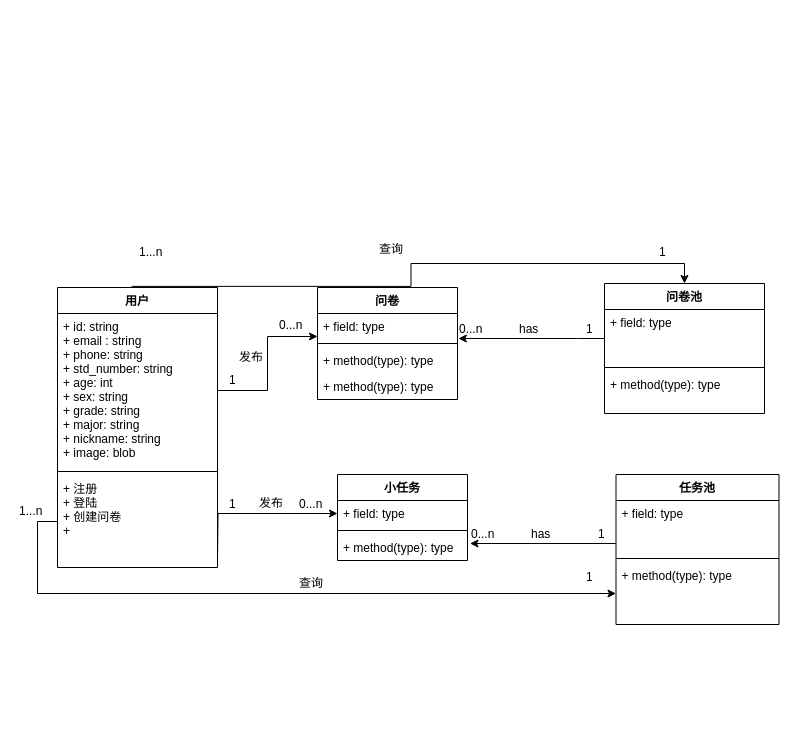
Walikrence/swsad-project keeps this draw.io diagram as managerwork/ Domian Model.drawio. Above is the earlier version. Source tidied: cells renumbered, new cells numbered last; positions are measured from the earlier drawing's top-left corner, leaving out a move shared by most shapes. Both pictures are drawn from the tidied source at 100%, with x=0, y=0 at pixel (17, 239).
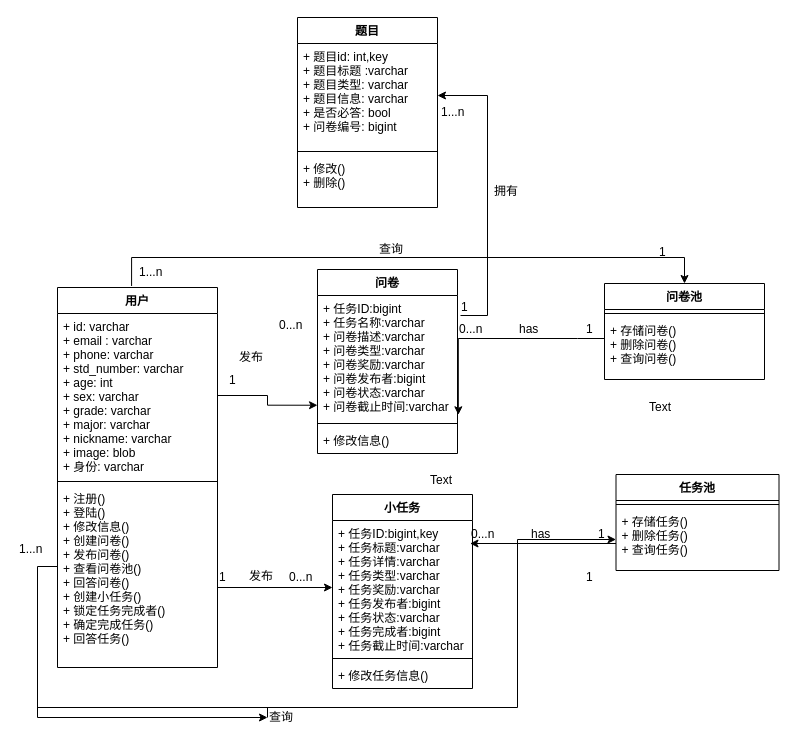
The same page after the edit.

The change refers to these unchanged cells:
```xml
<mxCell id="32" value="0...n" style="text;html=1;points=[];align=left;verticalAlign=top;spacingTop=-4;" parent="1" vertex="1">
  <mxGeometry x="440" y="80" width="40" height="20" as="geometry" />
</mxCell>
```

What changed in the source:
```diff
@@
     <mxCell id="2" value="用户" style="swimlane;fontStyle=1;align=center;verticalAlign=top;horizontal=1;startSize=26;" parent="1" vertex="1">
-      <mxGeometry x="40" y="48" width="160" height="280" as="geometry" />
+      <mxGeometry x="40" y="48" width="160" height="380" as="geometry" />
     </mxCell>
-    <mxCell id="3" value="+ id: string&#10;+ email : string&#10;+ phone: string&#10;+ std_number: string&#10;+ age: int&#10;+ sex: string&#10;+ grade: string&#10;+ major: string&#10;+ nickname: string&#10;+ image: blob&#10;" style="text;strokeColor=none;fillColor=none;align=left;verticalAlign=top;spacingLeft=4;spacingRight=4;overflow=hidden;points=[[0,0.5],[1,0.5]];portConstraint=eastwest;" parent="2" vertex="1">
-      <mxGeometry y="26" width="160" height="154" as="geometry" />
+    <mxCell id="3" value="+ id: varchar&#10;+ email : varchar&#10;+ phone: varchar&#10;+ std_number: varchar&#10;+ age: int&#10;+ sex: varchar&#10;+ grade: varchar&#10;+ major: varchar&#10;+ nickname: varchar&#10;+ image: blob&#10;+ 身份: varchar" style="text;strokeColor=none;fillColor=none;align=left;verticalAlign=top;spacingLeft=4;spacingRight=4;overflow=hidden;points=[[0,0.5],[1,0.5]];portConstraint=eastwest;" parent="2" vertex="1">
+      <mxGeometry y="26" width="160" height="164" as="geometry" />
     </mxCell>
     <mxCell id="4" style="line;strokeWidth=1;fillColor=none;align=left;verticalAlign=middle;spacingTop=-1;spacingLeft=3;spacingRight=3;labelPosition=right;" parent="2" vertex="1">
-      <mxGeometry y="180" width="160" height="8" as="geometry" />
+      <mxGeometry y="190" width="160" height="8" as="geometry" />
     </mxCell>
-    <mxCell id="5" value="+ 注册&#10;+ 登陆&#10;+ 创建问卷&#10;+ " style="text;strokeColor=none;fillColor=none;align=left;verticalAlign=top;spacingLeft=4;spacingRight=4;overflow=hidden;points=[[0,0.5],[1,0.5]];portConstraint=eastwest;" parent="2" vertex="1">
-      <mxGeometry y="188" width="160" height="92" as="geometry" />
+    <mxCell id="5" value="+ 注册()&#10;+ 登陆()&#10;+ 修改信息()&#10;+ 创建问卷()&#10;+ 发布问卷()&#10;+ 查看问卷池()&#10;+ 回答问卷()&#10;+ 创建小任务()&#10;+ 锁定任务完成者()&#10;+ 确定完成任务()&#10;+ 回答任务()" style="text;strokeColor=none;fillColor=none;align=left;verticalAlign=top;spacingLeft=4;spacingRight=4;overflow=hidden;points=[[0,0.5],[1,0.5]];portConstraint=eastwest;" parent="2" vertex="1">
+      <mxGeometry y="198" width="160" height="182" as="geometry" />
     </mxCell>
     <mxCell id="6" value="问卷" style="swimlane;fontStyle=1;align=center;verticalAlign=top;horizontal=1;startSize=26;" parent="1" vertex="1">
-      <mxGeometry x="300" y="48" width="140" height="112" as="geometry" />
+      <mxGeometry x="300" y="30" width="140" height="184" as="geometry" />
     </mxCell>
-    <mxCell id="7" value="+ field: type" style="text;strokeColor=none;fillColor=none;align=left;verticalAlign=top;spacingLeft=4;spacingRight=4;overflow=hidden;points=[[0,0.5],[1,0.5]];portConstraint=eastwest;" parent="6" vertex="1">
-      <mxGeometry y="26" width="140" height="26" as="geometry" />
+    <mxCell id="7" value="+ 任务ID:bigint&#10;+ 任务名称:varchar&#10;+ 问卷描述:varchar&#10;+ 问卷类型:varchar&#10;+ 问卷奖励:varchar&#10;+ 问卷发布者:bigint&#10;+ 问卷状态:varchar&#10;+ 问卷截止时间:varchar" style="text;strokeColor=none;fillColor=none;align=left;verticalAlign=top;spacingLeft=4;spacingRight=4;overflow=hidden;points=[[0,0.5],[1,0.5]];portConstraint=eastwest;" parent="6" vertex="1">
+      <mxGeometry y="26" width="140" height="124" as="geometry" />
     </mxCell>
     <mxCell id="8" style="line;strokeWidth=1;fillColor=none;align=left;verticalAlign=middle;spacingTop=-1;spacingLeft=3;spacingRight=3;labelPosition=right;" parent="6" vertex="1">
-      <mxGeometry y="52" width="140" height="8" as="geometry" />
+      <mxGeometry y="150" width="140" height="8" as="geometry" />
     </mxCell>
-    <mxCell id="9" value="+ method(type): type" style="text;strokeColor=none;fillColor=none;align=left;verticalAlign=top;spacingLeft=4;spacingRight=4;overflow=hidden;" parent="6" vertex="1">
-      <mxGeometry y="60" width="140" height="26" as="geometry" />
+    <mxCell id="9" value="+ 修改信息()" style="text;strokeColor=none;fillColor=none;align=left;verticalAlign=top;spacingLeft=4;spacingRight=4;overflow=hidden;" parent="6" vertex="1">
+      <mxGeometry y="158" width="140" height="26" as="geometry" />
     </mxCell>
-    <mxCell id="10" value="+ method(type): type" style="text;strokeColor=none;fillColor=none;align=left;verticalAlign=top;spacingLeft=4;spacingRight=4;overflow=hidden;" parent="6" vertex="1">
-      <mxGeometry y="86" width="140" height="26" as="geometry" />
-    </mxCell>
     <mxCell id="11" value="小任务" style="swimlane;fontStyle=1;align=center;verticalAlign=top;horizontal=1;startSize=26;" parent="1" vertex="1">
-      <mxGeometry x="320" y="235" width="130" height="86" as="geometry" />
+      <mxGeometry x="315" y="255" width="140" height="194" as="geometry" />
     </mxCell>
-    <mxCell id="12" value="+ field: type" style="text;strokeColor=none;fillColor=none;align=left;verticalAlign=top;spacingLeft=4;spacingRight=4;overflow=hidden;points=[[0,0.5],[1,0.5]];portConstraint=eastwest;" parent="11" vertex="1">
-      <mxGeometry y="26" width="130" height="26" as="geometry" />
+    <mxCell id="12" value="+ 任务ID:bigint,key&#10;+ 任务标题:varchar&#10;+ 任务详情:varchar&#10;+ 任务类型:varchar&#10;+ 任务奖励:varchar&#10;+ 任务发布者:bigint&#10;+ 任务状态:varchar&#10;+ 任务完成者:bigint&#10;+ 任务截止时间:varchar" style="text;strokeColor=none;fillColor=none;align=left;verticalAlign=top;spacingLeft=4;spacingRight=4;overflow=hidden;points=[[0,0.5],[1,0.5]];portConstraint=eastwest;" parent="11" vertex="1">
+      <mxGeometry y="26" width="140" height="134" as="geometry" />
     </mxCell>
     <mxCell id="13" style="line;strokeWidth=1;fillColor=none;align=left;verticalAlign=middle;spacingTop=-1;spacingLeft=3;spacingRight=3;labelPosition=right;" parent="11" vertex="1">
-      <mxGeometry y="52" width="130" height="8" as="geometry" />
+      <mxGeometry y="160" width="140" height="8" as="geometry" />
     </mxCell>
-    <mxCell id="14" value="+ method(type): type" style="text;strokeColor=none;fillColor=none;align=left;verticalAlign=top;spacingLeft=4;spacingRight=4;overflow=hidden;" parent="11" vertex="1">
-      <mxGeometry y="60" width="130" height="26" as="geometry" />
+    <mxCell id="14" value="+ 修改任务信息()" style="text;strokeColor=none;fillColor=none;align=left;verticalAlign=top;spacingLeft=4;spacingRight=4;overflow=hidden;" parent="11" vertex="1">
+      <mxGeometry y="168" width="140" height="26" as="geometry" />
     </mxCell>
     <mxCell id="15" value="问卷池" style="swimlane;fontStyle=1;align=center;verticalAlign=top;horizontal=1;startSize=26;" parent="1" vertex="1">
-      <mxGeometry x="587" y="44" width="160" height="130" as="geometry" />
+      <mxGeometry x="587" y="44" width="160" height="96" as="geometry" />
     </mxCell>
-    <mxCell id="16" value="+ field: type" style="text;strokeColor=none;fillColor=none;align=left;verticalAlign=top;spacingLeft=4;spacingRight=4;overflow=hidden;" parent="15" vertex="1">
-      <mxGeometry y="26" width="160" height="54" as="geometry" />
-    </mxCell>
     <mxCell id="17" style="line;strokeWidth=1;fillColor=none;align=left;verticalAlign=middle;spacingTop=-1;spacingLeft=3;spacingRight=3;labelPosition=right;" parent="15" vertex="1">
-      <mxGeometry y="80" width="160" height="8" as="geometry" />
+      <mxGeometry y="26" width="160" height="8" as="geometry" />
     </mxCell>
-    <mxCell id="18" value="+ method(type): type" style="text;strokeColor=none;fillColor=none;align=left;verticalAlign=top;spacingLeft=4;spacingRight=4;overflow=hidden;" parent="15" vertex="1">
-      <mxGeometry y="88" width="160" height="42" as="geometry" />
+    <mxCell id="18" value="+ 存储问卷()&#10;+ 删除问卷()&#10;+ 查询问卷()&#10;&#10;&#10;" style="text;strokeColor=none;fillColor=none;align=left;verticalAlign=top;spacingLeft=4;spacingRight=4;overflow=hidden;" parent="15" vertex="1">
+      <mxGeometry y="34" width="160" height="62" as="geometry" />
     </mxCell>
     <mxCell id="19" value="任务池" style="swimlane;fontStyle=1;align=center;verticalAlign=top;horizontal=1;startSize=26;" parent="1" vertex="1">
-      <mxGeometry x="598.5" y="235" width="163" height="150" as="geometry" />
+      <mxGeometry x="598.5" y="235" width="163" height="96" as="geometry" />
     </mxCell>
-    <mxCell id="20" value="+ field: type" style="text;strokeColor=none;fillColor=none;align=left;verticalAlign=top;spacingLeft=4;spacingRight=4;overflow=hidden;" parent="19" vertex="1">
-      <mxGeometry y="26" width="163" height="54" as="geometry" />
-    </mxCell>
     <mxCell id="21" style="line;strokeWidth=1;fillColor=none;align=left;verticalAlign=middle;spacingTop=-1;spacingLeft=3;spacingRight=3;labelPosition=right;" parent="19" vertex="1">
-      <mxGeometry y="80" width="163" height="8" as="geometry" />
+      <mxGeometry y="26" width="163" height="8" as="geometry" />
     </mxCell>
-    <mxCell id="22" value="+ method(type): type" style="text;strokeColor=none;fillColor=none;align=left;verticalAlign=top;spacingLeft=4;spacingRight=4;overflow=hidden;points=[[0,0.5],[1,0.5]];portConstraint=eastwest;" parent="19" vertex="1">
-      <mxGeometry y="88" width="163" height="62" as="geometry" />
+    <mxCell id="22" value="+ 存储任务()&#10;+ 删除任务()&#10;+ 查询任务()" style="text;strokeColor=none;fillColor=none;align=left;verticalAlign=top;spacingLeft=4;spacingRight=4;overflow=hidden;points=[[0,0.5],[1,0.5]];portConstraint=eastwest;" parent="19" vertex="1">
+      <mxGeometry y="34" width="163" height="62" as="geometry" />
     </mxCell>
@@
     <mxCell id="27" style="edgeStyle=orthogonalEdgeStyle;rounded=0;jettySize=auto;html=1;exitX=1;exitY=0.5;exitDx=0;exitDy=0;entryX=0;entryY=0.5;entryDx=0;entryDy=0;" parent="1" edge="1" target="12">
       <mxGeometry relative="1" as="geometry">
         <mxPoint x="200" y="320" as="sourcePoint" />
+        <Array as="points">
+          <mxPoint x="200" y="348" />
+        </Array>
       </mxGeometry>
     </mxCell>
     <mxCell id="28" value="1" style="text;html=1;align=left;verticalAlign=top;spacingTop=-4;" parent="1" vertex="1">
-      <mxGeometry x="210" y="255" width="20" height="20" as="geometry" />
+      <mxGeometry x="200" y="327.5" width="20" height="20" as="geometry" />
     </mxCell>
     <mxCell id="29" value="0...n" style="text;html=1;align=left;verticalAlign=top;spacingTop=-4;" parent="1" vertex="1">
-      <mxGeometry x="280" y="255" width="40" height="20" as="geometry" />
+      <mxGeometry x="270" y="327.5" width="40" height="20" as="geometry" />
     </mxCell>
     <mxCell id="30" value="发布" style="text;html=1;align=left;verticalAlign=top;spacingTop=-4;" parent="1" vertex="1">
-      <mxGeometry x="240" y="254" width="40" height="20" as="geometry" />
+      <mxGeometry x="230" y="326.5" width="40" height="20" as="geometry" />
     </mxCell>
@@
     <mxCell id="39" style="edgeStyle=orthogonalEdgeStyle;rounded=0;jettySize=auto;html=1;exitX=0.463;exitY=-0.004;exitDx=0;exitDy=0;entryX=0.5;entryY=0;entryDx=0;entryDy=0;exitPerimeter=0;" parent="1" edge="1" source="2" target="15">
-      <mxGeometry relative="1" as="geometry" />
+      <mxGeometry relative="1" as="geometry">
+        <Array as="points">
+          <mxPoint x="114" y="18" />
+          <mxPoint x="667" y="18" />
+        </Array>
+      </mxGeometry>
     </mxCell>
     <mxCell id="40" value="1...n" style="text;html=1;align=left;verticalAlign=top;spacingTop=-4;" parent="1" vertex="1">
-      <mxGeometry x="120" y="3" width="40" height="20" as="geometry" />
+      <mxGeometry x="120" y="23" width="40" height="20" as="geometry" />
     </mxCell>
@@
-    <mxCell id="43" style="edgeStyle=orthogonalEdgeStyle;rounded=0;jettySize=auto;html=1;entryX=0;entryY=0.5;entryDx=0;entryDy=0;exitX=0;exitY=0.5;exitDx=0;exitDy=0;" parent="1" edge="1" source="5" target="22">
-      <mxGeometry relative="1" as="geometry" />
+    <mxCell id="43" style="edgeStyle=orthogonalEdgeStyle;rounded=0;jettySize=auto;html=1;entryX=0;entryY=0.5;entryDx=0;entryDy=0;exitX=0;exitY=0.5;exitDx=0;exitDy=0;" parent="1" edge="1" source="46" target="22">
+      <mxGeometry relative="1" as="geometry">
+        <Array as="points">
+          <mxPoint x="20" y="468" />
+          <mxPoint x="500" y="468" />
+          <mxPoint x="500" y="354" />
+        </Array>
+      </mxGeometry>
     </mxCell>
     <mxCell id="44" value="1...n" style="text;html=1;align=left;verticalAlign=top;spacingTop=-4;" parent="1" vertex="1">
-      <mxGeometry y="262" width="40" height="20" as="geometry" />
+      <mxGeometry y="300" width="40" height="20" as="geometry" />
     </mxCell>
@@
+    <mxCell id="47" value="Text" style="text;html=1;align=left;verticalAlign=top;spacingTop=-4;" parent="1" vertex="1">
+      <mxGeometry x="411" y="231" width="40" height="20" as="geometry" />
+    </mxCell>
+    <mxCell id="48" value="题目" style="swimlane;fontStyle=1;align=center;verticalAlign=top;horizontal=1;startSize=26;" parent="1" vertex="1">
+      <mxGeometry x="280" y="-222" width="140" height="190" as="geometry" />
+    </mxCell>
+    <mxCell id="49" value="+ 题目id: int,key&#10;+ 题目标题 :varchar&#10;+ 题目类型: varchar&#10;+ 题目信息: varchar&#10;+ 是否必答: bool&#10;+ 问卷编号: bigint" style="text;strokeColor=none;fillColor=none;align=left;verticalAlign=top;spacingLeft=4;spacingRight=4;overflow=hidden;points=[[0,0.5],[1,0.5]];portConstraint=eastwest;" parent="48" vertex="1">
+      <mxGeometry y="26" width="140" height="104" as="geometry" />
+    </mxCell>
+    <mxCell id="50" style="line;strokeWidth=1;fillColor=none;align=left;verticalAlign=middle;spacingTop=-1;spacingLeft=3;spacingRight=3;labelPosition=right;" parent="48" vertex="1">
+      <mxGeometry y="130" width="140" height="8" as="geometry" />
+    </mxCell>
+    <mxCell id="51" value="+ 修改()&#10;+ 删除()&#10;" style="text;strokeColor=none;fillColor=none;align=left;verticalAlign=top;spacingLeft=4;spacingRight=4;overflow=hidden;" parent="48" vertex="1">
+      <mxGeometry y="138" width="140" height="52" as="geometry" />
+    </mxCell>
+    <mxCell id="52" value="Text" style="text;html=1;align=left;verticalAlign=top;spacingTop=-4;" parent="1" vertex="1">
+      <mxGeometry x="630" y="158" width="40" height="20" as="geometry" />
+    </mxCell>
+    <mxCell id="53" style="edgeStyle=orthogonalEdgeStyle;rounded=0;jettySize=auto;html=1;exitX=0.075;exitY=-0.2;exitDx=0;exitDy=0;entryX=1;entryY=0.5;entryDx=0;entryDy=0;exitPerimeter=0;" parent="1" edge="1" source="32" target="49">
+      <mxGeometry relative="1" as="geometry">
+        <Array as="points">
+          <mxPoint x="470" y="76" />
+          <mxPoint x="470" y="-144" />
+        </Array>
+      </mxGeometry>
+    </mxCell>
+    <mxCell id="54" value="1" style="text;html=1;align=left;verticalAlign=top;spacingTop=-4;" parent="1" vertex="1">
+      <mxGeometry x="441.5" y="58" width="20" height="20" as="geometry" />
+    </mxCell>
+    <mxCell id="55" value="1...n" style="text;html=1;align=left;verticalAlign=top;spacingTop=-4;" parent="1" vertex="1">
+      <mxGeometry x="421.5" y="-137" width="40" height="20" as="geometry" />
+    </mxCell>
+    <mxCell id="56" value="拥有" style="text;html=1;align=left;verticalAlign=top;spacingTop=-4;" parent="1" vertex="1">
+      <mxGeometry x="475" y="-58" width="40" height="20" as="geometry" />
+    </mxCell>
     <mxCell id="46" value="查询" style="text;html=1;points=[];align=left;verticalAlign=top;spacingTop=-4;" parent="1" vertex="1">
-      <mxGeometry x="280" y="334" width="40" height="20" as="geometry" />
+      <mxGeometry x="250" y="468" width="40" height="20" as="geometry" />
     </mxCell>
+    <mxCell id="57" style="edgeStyle=orthogonalEdgeStyle;rounded=0;jettySize=auto;html=1;entryX=0;entryY=0.5;entryDx=0;entryDy=0;exitX=0;exitY=0.5;exitDx=0;exitDy=0;" parent="1" edge="1" source="5" target="46">
+      <mxGeometry relative="1" as="geometry">
+        <Array as="points">
+          <mxPoint x="20" y="327" />
+        </Array>
+      </mxGeometry>
+    </mxCell>
```
